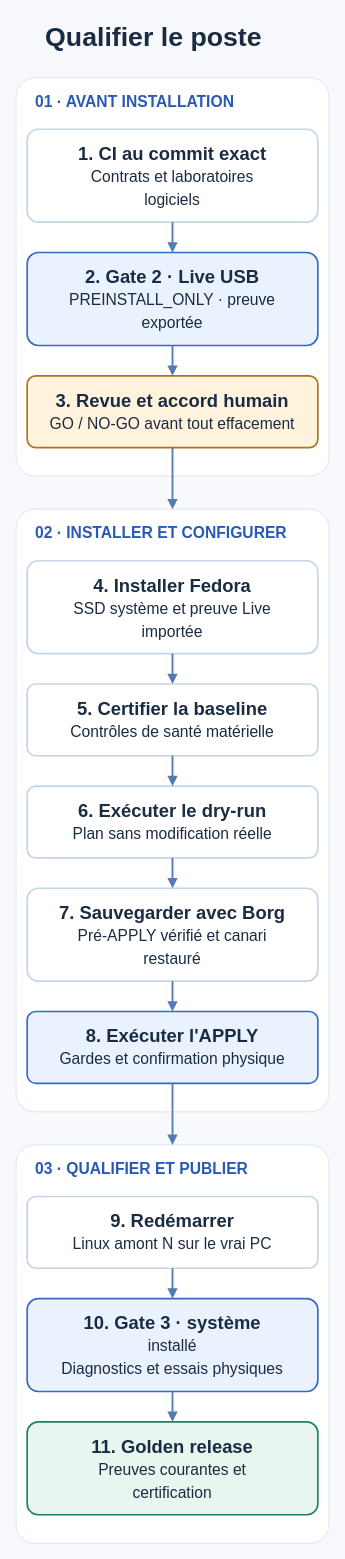
mathiasseguincadiche/FEDORA_GNOME_CUSTOM keeps this draw.io diagram as docs/assets/diagrams/chaine-qualification-mobile.drawio. Above is the earlier version. Source tidied: cells renumbered, new cells numbered last; positions are measured from the earlier drawing's top-left corner, leaving out a move shared by most shapes. Both pictures are drawn from the tidied source at 92%, with x=0, y=0 at pixel (16, 16).
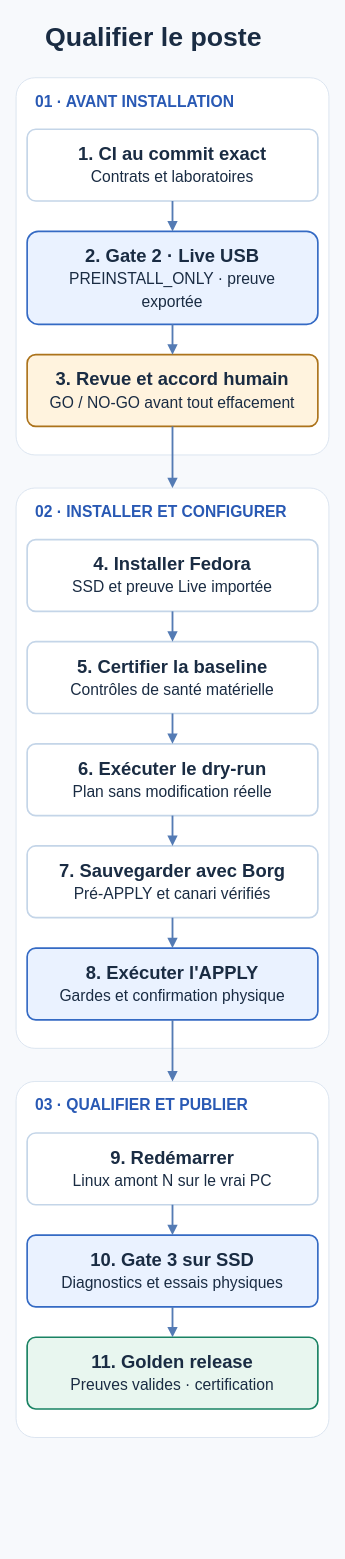
After the change.

Change to the diagram source:
```diff
@@
     <mxCell id="3" value="01 · AVANT INSTALLATION" style="rounded=1;arcSize=6;whiteSpace=wrap;html=1;fillColor=#FFFFFF;strokeColor=#D9E3EF;fontColor=#2959B4;fontStyle=1;fontSize=17;fontFamily=Arial;verticalAlign=top;align=left;spacingLeft=19;spacingTop=10;" parent="1" vertex="1">
-      <mxGeometry y="67" width="340" height="433" as="geometry" />
+      <mxGeometry y="67" width="340" height="410" as="geometry" />
     </mxCell>
     <mxCell id="4" value="02 · INSTALLER ET CONFIGURER" style="rounded=1;arcSize=6;whiteSpace=wrap;html=1;fillColor=#FFFFFF;strokeColor=#D9E3EF;fontColor=#2959B4;fontStyle=1;fontSize=17;fontFamily=Arial;verticalAlign=top;align=left;spacingLeft=19;spacingTop=10;" parent="1" vertex="1">
-      <mxGeometry y="536" width="340" height="655" as="geometry" />
+      <mxGeometry y="513" width="340" height="609" as="geometry" />
     </mxCell>
     <mxCell id="5" value="03 · QUALIFIER ET PUBLIER" style="rounded=1;arcSize=6;whiteSpace=wrap;html=1;fillColor=#FFFFFF;strokeColor=#D9E3EF;fontColor=#2959B4;fontStyle=1;fontSize=17;fontFamily=Arial;verticalAlign=top;align=left;spacingLeft=19;spacingTop=10;" parent="1" vertex="1">
-      <mxGeometry y="1227" width="340" height="433" as="geometry" />
+      <mxGeometry y="1158" width="340" height="387" as="geometry" />
     </mxCell>
-    <mxCell id="6" value="&lt;b&gt;1. CI au commit exact&lt;/b&gt;&lt;br&gt;&lt;span style=&quot;font-size:17px&quot;&gt;Contrats et laboratoires&lt;/span&gt;&lt;br&gt;&lt;span style=&quot;font-size:17px&quot;&gt;logiciels&lt;/span&gt;" style="rounded=1;arcSize=12;whiteSpace=wrap;html=1;fillColor=#FFFFFF;strokeColor=#C4D5E8;strokeWidth=1.8;fontColor=#1A2C43;fontSize=20;fontFamily=Arial;" parent="1" vertex="1">
-      <mxGeometry x="12" y="123" width="316" height="101" as="geometry" />
+    <mxCell id="6" value="&lt;b&gt;1. CI au commit exact&lt;/b&gt;&lt;br&gt;&lt;span style=&quot;font-size:17px&quot;&gt;Contrats et laboratoires&lt;/span&gt;" style="rounded=1;arcSize=12;whiteSpace=wrap;html=1;fillColor=#FFFFFF;strokeColor=#C4D5E8;strokeWidth=1.8;fontColor=#1A2C43;fontSize=20;fontFamily=Arial;" parent="1" vertex="1">
+      <mxGeometry x="12" y="123" width="316" height="78" as="geometry" />
     </mxCell>
     <mxCell id="7" value="&lt;b&gt;2. Gate 2 · Live USB&lt;/b&gt;&lt;br&gt;&lt;span style=&quot;font-size:17px&quot;&gt;PREINSTALL_ONLY · preuve&lt;/span&gt;&lt;br&gt;&lt;span style=&quot;font-size:17px&quot;&gt;exportée&lt;/span&gt;" style="rounded=1;arcSize=12;whiteSpace=wrap;html=1;fillColor=#EAF2FF;strokeColor=#346AC4;strokeWidth=1.8;fontColor=#1A2C43;fontSize=20;fontFamily=Arial;" parent="1" vertex="1">
-      <mxGeometry x="12" y="257" width="316" height="101" as="geometry" />
+      <mxGeometry x="12" y="234" width="316" height="101" as="geometry" />
     </mxCell>
     <mxCell id="8" value="&lt;b&gt;3. Revue et accord humain&lt;/b&gt;&lt;br&gt;&lt;span style=&quot;font-size:17px&quot;&gt;GO / NO-GO avant tout effacement&lt;/span&gt;" style="rounded=1;arcSize=12;whiteSpace=wrap;html=1;fillColor=#FFF3DE;strokeColor=#AC731B;strokeWidth=1.8;fontColor=#1A2C43;fontSize=20;fontFamily=Arial;" parent="1" vertex="1">
-      <mxGeometry x="12" y="391" width="316" height="78" as="geometry" />
+      <mxGeometry x="12" y="368" width="316" height="78" as="geometry" />
     </mxCell>
-    <mxCell id="9" value="&lt;b&gt;4. Installer Fedora&lt;/b&gt;&lt;br&gt;&lt;span style=&quot;font-size:17px&quot;&gt;SSD système et preuve Live&lt;/span&gt;&lt;br&gt;&lt;span style=&quot;font-size:17px&quot;&gt;importée&lt;/span&gt;" style="rounded=1;arcSize=12;whiteSpace=wrap;html=1;fillColor=#FFFFFF;strokeColor=#C4D5E8;strokeWidth=1.8;fontColor=#1A2C43;fontSize=20;fontFamily=Arial;" parent="1" vertex="1">
-      <mxGeometry x="12" y="592" width="316" height="101" as="geometry" />
+    <mxCell id="9" value="&lt;b&gt;4. Installer Fedora&lt;/b&gt;&lt;br&gt;&lt;span style=&quot;font-size:17px&quot;&gt;SSD et preuve Live importée&lt;/span&gt;" style="rounded=1;arcSize=12;whiteSpace=wrap;html=1;fillColor=#FFFFFF;strokeColor=#C4D5E8;strokeWidth=1.8;fontColor=#1A2C43;fontSize=20;fontFamily=Arial;" parent="1" vertex="1">
+      <mxGeometry x="12" y="569" width="316" height="78" as="geometry" />
     </mxCell>
     <mxCell id="10" value="&lt;b&gt;5. Certifier la baseline&lt;/b&gt;&lt;br&gt;&lt;span style=&quot;font-size:17px&quot;&gt;Contrôles de santé matérielle&lt;/span&gt;" style="rounded=1;arcSize=12;whiteSpace=wrap;html=1;fillColor=#FFFFFF;strokeColor=#C4D5E8;strokeWidth=1.8;fontColor=#1A2C43;fontSize=20;fontFamily=Arial;" parent="1" vertex="1">
-      <mxGeometry x="12" y="726" width="316" height="78" as="geometry" />
+      <mxGeometry x="12" y="680" width="316" height="78" as="geometry" />
     </mxCell>
     <mxCell id="11" value="&lt;b&gt;6. Exécuter le dry-run&lt;/b&gt;&lt;br&gt;&lt;span style=&quot;font-size:17px&quot;&gt;Plan sans modification réelle&lt;/span&gt;" style="rounded=1;arcSize=12;whiteSpace=wrap;html=1;fillColor=#FFFFFF;strokeColor=#C4D5E8;strokeWidth=1.8;fontColor=#1A2C43;fontSize=20;fontFamily=Arial;" parent="1" vertex="1">
-      <mxGeometry x="12" y="837" width="316" height="78" as="geometry" />
+      <mxGeometry x="12" y="791" width="316" height="78" as="geometry" />
     </mxCell>
-    <mxCell id="12" value="&lt;b&gt;7. Sauvegarder avec Borg&lt;/b&gt;&lt;br&gt;&lt;span style=&quot;font-size:17px&quot;&gt;Pré-APPLY vérifié et canari&lt;/span&gt;&lt;br&gt;&lt;span style=&quot;font-size:17px&quot;&gt;restauré&lt;/span&gt;" style="rounded=1;arcSize=12;whiteSpace=wrap;html=1;fillColor=#FFFFFF;strokeColor=#C4D5E8;strokeWidth=1.8;fontColor=#1A2C43;fontSize=20;fontFamily=Arial;" parent="1" vertex="1">
-      <mxGeometry x="12" y="948" width="316" height="101" as="geometry" />
+    <mxCell id="12" value="&lt;b&gt;7. Sauvegarder avec Borg&lt;/b&gt;&lt;br&gt;&lt;span style=&quot;font-size:17px&quot;&gt;Pré-APPLY et canari vérifiés&lt;/span&gt;" style="rounded=1;arcSize=12;whiteSpace=wrap;html=1;fillColor=#FFFFFF;strokeColor=#C4D5E8;strokeWidth=1.8;fontColor=#1A2C43;fontSize=20;fontFamily=Arial;" parent="1" vertex="1">
+      <mxGeometry x="12" y="902" width="316" height="78" as="geometry" />
     </mxCell>
     <mxCell id="13" value="&lt;b&gt;8. Exécuter l&amp;#x27;APPLY&lt;/b&gt;&lt;br&gt;&lt;span style=&quot;font-size:17px&quot;&gt;Gardes et confirmation physique&lt;/span&gt;" style="rounded=1;arcSize=12;whiteSpace=wrap;html=1;fillColor=#EAF2FF;strokeColor=#346AC4;strokeWidth=1.8;fontColor=#1A2C43;fontSize=20;fontFamily=Arial;" parent="1" vertex="1">
-      <mxGeometry x="12" y="1082" width="316" height="78" as="geometry" />
+      <mxGeometry x="12" y="1013" width="316" height="78" as="geometry" />
     </mxCell>
     <mxCell id="14" value="&lt;b&gt;9. Redémarrer&lt;/b&gt;&lt;br&gt;&lt;span style=&quot;font-size:17px&quot;&gt;Linux amont N sur le vrai PC&lt;/span&gt;" style="rounded=1;arcSize=12;whiteSpace=wrap;html=1;fillColor=#FFFFFF;strokeColor=#C4D5E8;strokeWidth=1.8;fontColor=#1A2C43;fontSize=20;fontFamily=Arial;" parent="1" vertex="1">
-      <mxGeometry x="12" y="1283" width="316" height="78" as="geometry" />
+      <mxGeometry x="12" y="1214" width="316" height="78" as="geometry" />
     </mxCell>
-    <mxCell id="15" value="&lt;b&gt;10. Gate 3 · système&lt;/b&gt;&lt;br&gt;&lt;span style=&quot;font-size:17px&quot;&gt;installé&lt;/span&gt;&lt;br&gt;&lt;span style=&quot;font-size:17px&quot;&gt;Diagnostics et essais physiques&lt;/span&gt;" style="rounded=1;arcSize=12;whiteSpace=wrap;html=1;fillColor=#EAF2FF;strokeColor=#346AC4;strokeWidth=1.8;fontColor=#1A2C43;fontSize=20;fontFamily=Arial;" parent="1" vertex="1">
-      <mxGeometry x="12" y="1394" width="316" height="101" as="geometry" />
+    <mxCell id="15" value="&lt;b&gt;10. Gate 3 sur SSD&lt;/b&gt;&lt;br&gt;&lt;span style=&quot;font-size:17px&quot;&gt;Diagnostics et essais physiques&lt;/span&gt;" style="rounded=1;arcSize=12;whiteSpace=wrap;html=1;fillColor=#EAF2FF;strokeColor=#346AC4;strokeWidth=1.8;fontColor=#1A2C43;fontSize=20;fontFamily=Arial;" parent="1" vertex="1">
+      <mxGeometry x="12" y="1325" width="316" height="78" as="geometry" />
     </mxCell>
-    <mxCell id="16" value="&lt;b&gt;11. Golden release&lt;/b&gt;&lt;br&gt;&lt;span style=&quot;font-size:17px&quot;&gt;Preuves courantes et&lt;/span&gt;&lt;br&gt;&lt;span style=&quot;font-size:17px&quot;&gt;certification&lt;/span&gt;" style="rounded=1;arcSize=12;whiteSpace=wrap;html=1;fillColor=#E8F6EF;strokeColor=#198263;strokeWidth=1.8;fontColor=#1A2C43;fontSize=20;fontFamily=Arial;" parent="1" vertex="1">
-      <mxGeometry x="12" y="1528" width="316" height="101" as="geometry" />
+    <mxCell id="16" value="&lt;b&gt;11. Golden release&lt;/b&gt;&lt;br&gt;&lt;span style=&quot;font-size:17px&quot;&gt;Preuves valides · certification&lt;/span&gt;" style="rounded=1;arcSize=12;whiteSpace=wrap;html=1;fillColor=#E8F6EF;strokeColor=#198263;strokeWidth=1.8;fontColor=#1A2C43;fontSize=20;fontFamily=Arial;" parent="1" vertex="1">
+      <mxGeometry x="12" y="1436" width="316" height="78" as="geometry" />
     </mxCell>
-    <mxCell id="17" style="endArrow=block;endFill=1;html=1;strokeColor=#547BB4;strokeWidth=2;fontColor=#1A2C43;fontSize=12;fontStyle=2;fontFamily=Arial;labelBackgroundColor=#FFFFFF;exitX=0.5000;exitY=1.0000;exitDx=0;exitDy=0;entryX=0.5000;entryY=0.0000;entryDx=0;entryDy=0;" parent="1" edge="1" source="6" target="7">
+    <mxCell id="17" style="endArrow=block;endFill=1;html=1;strokeColor=#547BB4;strokeWidth=2;fontColor=#1A2C43;fontSize=16;fontStyle=2;fontFamily=Arial;labelBackgroundColor=#FFFFFF;exitX=0.5000;exitY=1.0000;exitDx=0;exitDy=0;entryX=0.5000;entryY=0.0000;entryDx=0;entryDy=0;" parent="1" edge="1" source="6" target="7">
       <mxGeometry relative="1" as="geometry" />
     </mxCell>
-    <mxCell id="18" style="endArrow=block;endFill=1;html=1;strokeColor=#547BB4;strokeWidth=2;fontColor=#1A2C43;fontSize=12;fontStyle=2;fontFamily=Arial;labelBackgroundColor=#FFFFFF;exitX=0.5000;exitY=1.0000;exitDx=0;exitDy=0;entryX=0.5000;entryY=0.0000;entryDx=0;entryDy=0;" parent="1" edge="1" source="7" target="8">
+    <mxCell id="18" style="endArrow=block;endFill=1;html=1;strokeColor=#547BB4;strokeWidth=2;fontColor=#1A2C43;fontSize=16;fontStyle=2;fontFamily=Arial;labelBackgroundColor=#FFFFFF;exitX=0.5000;exitY=1.0000;exitDx=0;exitDy=0;entryX=0.5000;entryY=0.0000;entryDx=0;entryDy=0;" parent="1" edge="1" source="7" target="8">
       <mxGeometry relative="1" as="geometry" />
     </mxCell>
-    <mxCell id="19" style="endArrow=block;endFill=1;html=1;strokeColor=#547BB4;strokeWidth=2;fontColor=#1A2C43;fontSize=12;fontStyle=2;fontFamily=Arial;labelBackgroundColor=#FFFFFF;exitX=0.5000;exitY=1.0000;exitDx=0;exitDy=0;entryX=0.5000;entryY=0.0000;entryDx=0;entryDy=0;" parent="1" edge="1" source="8" target="4">
+    <mxCell id="19" style="endArrow=block;endFill=1;html=1;strokeColor=#547BB4;strokeWidth=2;fontColor=#1A2C43;fontSize=16;fontStyle=2;fontFamily=Arial;labelBackgroundColor=#FFFFFF;exitX=0.5000;exitY=1.0000;exitDx=0;exitDy=0;entryX=0.5000;entryY=0.0000;entryDx=0;entryDy=0;" parent="1" edge="1" source="8" target="4">
       <mxGeometry relative="1" as="geometry" />
     </mxCell>
-    <mxCell id="20" style="endArrow=block;endFill=1;html=1;strokeColor=#547BB4;strokeWidth=2;fontColor=#1A2C43;fontSize=12;fontStyle=2;fontFamily=Arial;labelBackgroundColor=#FFFFFF;exitX=0.5000;exitY=1.0000;exitDx=0;exitDy=0;entryX=0.5000;entryY=0.0000;entryDx=0;entryDy=0;" parent="1" edge="1" source="9" target="10">
+    <mxCell id="20" style="endArrow=block;endFill=1;html=1;strokeColor=#547BB4;strokeWidth=2;fontColor=#1A2C43;fontSize=16;fontStyle=2;fontFamily=Arial;labelBackgroundColor=#FFFFFF;exitX=0.5000;exitY=1.0000;exitDx=0;exitDy=0;entryX=0.5000;entryY=0.0000;entryDx=0;entryDy=0;" parent="1" edge="1" source="9" target="10">
       <mxGeometry relative="1" as="geometry" />
     </mxCell>
-    <mxCell id="21" style="endArrow=block;endFill=1;html=1;strokeColor=#547BB4;strokeWidth=2;fontColor=#1A2C43;fontSize=12;fontStyle=2;fontFamily=Arial;labelBackgroundColor=#FFFFFF;exitX=0.5000;exitY=1.0000;exitDx=0;exitDy=0;entryX=0.5000;entryY=0.0000;entryDx=0;entryDy=0;" parent="1" edge="1" source="10" target="11">
+    <mxCell id="21" style="endArrow=block;endFill=1;html=1;strokeColor=#547BB4;strokeWidth=2;fontColor=#1A2C43;fontSize=16;fontStyle=2;fontFamily=Arial;labelBackgroundColor=#FFFFFF;exitX=0.5000;exitY=1.0000;exitDx=0;exitDy=0;entryX=0.5000;entryY=0.0000;entryDx=0;entryDy=0;" parent="1" edge="1" source="10" target="11">
       <mxGeometry relative="1" as="geometry" />
     </mxCell>
-    <mxCell id="22" style="endArrow=block;endFill=1;html=1;strokeColor=#547BB4;strokeWidth=2;fontColor=#1A2C43;fontSize=12;fontStyle=2;fontFamily=Arial;labelBackgroundColor=#FFFFFF;exitX=0.5000;exitY=1.0000;exitDx=0;exitDy=0;entryX=0.5000;entryY=0.0000;entryDx=0;entryDy=0;" parent="1" edge="1" source="11" target="12">
+    <mxCell id="22" style="endArrow=block;endFill=1;html=1;strokeColor=#547BB4;strokeWidth=2;fontColor=#1A2C43;fontSize=16;fontStyle=2;fontFamily=Arial;labelBackgroundColor=#FFFFFF;exitX=0.5000;exitY=1.0000;exitDx=0;exitDy=0;entryX=0.5000;entryY=0.0000;entryDx=0;entryDy=0;" parent="1" edge="1" source="11" target="12">
       <mxGeometry relative="1" as="geometry" />
     </mxCell>
-    <mxCell id="23" style="endArrow=block;endFill=1;html=1;strokeColor=#547BB4;strokeWidth=2;fontColor=#1A2C43;fontSize=12;fontStyle=2;fontFamily=Arial;labelBackgroundColor=#FFFFFF;exitX=0.5000;exitY=1.0000;exitDx=0;exitDy=0;entryX=0.5000;entryY=0.0000;entryDx=0;entryDy=0;" parent="1" edge="1" source="12" target="13">
+    <mxCell id="23" style="endArrow=block;endFill=1;html=1;strokeColor=#547BB4;strokeWidth=2;fontColor=#1A2C43;fontSize=16;fontStyle=2;fontFamily=Arial;labelBackgroundColor=#FFFFFF;exitX=0.5000;exitY=1.0000;exitDx=0;exitDy=0;entryX=0.5000;entryY=0.0000;entryDx=0;entryDy=0;" parent="1" edge="1" source="12" target="13">
       <mxGeometry relative="1" as="geometry" />
     </mxCell>
-    <mxCell id="24" style="endArrow=block;endFill=1;html=1;strokeColor=#547BB4;strokeWidth=2;fontColor=#1A2C43;fontSize=12;fontStyle=2;fontFamily=Arial;labelBackgroundColor=#FFFFFF;exitX=0.5000;exitY=1.0000;exitDx=0;exitDy=0;entryX=0.5000;entryY=0.0000;entryDx=0;entryDy=0;" parent="1" edge="1" source="13" target="5">
+    <mxCell id="24" style="endArrow=block;endFill=1;html=1;strokeColor=#547BB4;strokeWidth=2;fontColor=#1A2C43;fontSize=16;fontStyle=2;fontFamily=Arial;labelBackgroundColor=#FFFFFF;exitX=0.5000;exitY=1.0000;exitDx=0;exitDy=0;entryX=0.5000;entryY=0.0000;entryDx=0;entryDy=0;" parent="1" edge="1" source="13" target="5">
       <mxGeometry relative="1" as="geometry" />
     </mxCell>
-    <mxCell id="25" style="endArrow=block;endFill=1;html=1;strokeColor=#547BB4;strokeWidth=2;fontColor=#1A2C43;fontSize=12;fontStyle=2;fontFamily=Arial;labelBackgroundColor=#FFFFFF;exitX=0.5000;exitY=1.0000;exitDx=0;exitDy=0;entryX=0.5000;entryY=0.0000;entryDx=0;entryDy=0;" parent="1" edge="1" source="14" target="15">
+    <mxCell id="25" style="endArrow=block;endFill=1;html=1;strokeColor=#547BB4;strokeWidth=2;fontColor=#1A2C43;fontSize=16;fontStyle=2;fontFamily=Arial;labelBackgroundColor=#FFFFFF;exitX=0.5000;exitY=1.0000;exitDx=0;exitDy=0;entryX=0.5000;entryY=0.0000;entryDx=0;entryDy=0;" parent="1" edge="1" source="14" target="15">
       <mxGeometry relative="1" as="geometry" />
     </mxCell>
-    <mxCell id="26" style="endArrow=block;endFill=1;html=1;strokeColor=#547BB4;strokeWidth=2;fontColor=#1A2C43;fontSize=12;fontStyle=2;fontFamily=Arial;labelBackgroundColor=#FFFFFF;exitX=0.5000;exitY=1.0000;exitDx=0;exitDy=0;entryX=0.5000;entryY=0.0000;entryDx=0;entryDy=0;" parent="1" edge="1" source="15" target="16">
+    <mxCell id="26" style="endArrow=block;endFill=1;html=1;strokeColor=#547BB4;strokeWidth=2;fontColor=#1A2C43;fontSize=16;fontStyle=2;fontFamily=Arial;labelBackgroundColor=#FFFFFF;exitX=0.5000;exitY=1.0000;exitDx=0;exitDy=0;entryX=0.5000;entryY=0.0000;entryDx=0;entryDy=0;" parent="1" edge="1" source="15" target="16">
       <mxGeometry relative="1" as="geometry" />
     </mxCell>
```
